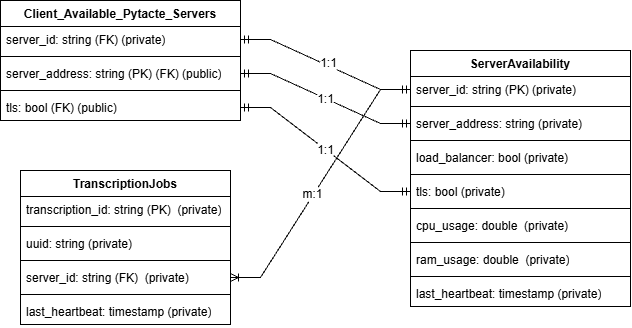
Above: Pytacte-py/data/Database_Schema.drawio.png in CSharpTeoMan911/Pytacte (draw.io), before the change. Source tidied: cells renumbered, new cells last; positions are measured from the earlier drawing's top-left corner, leaving out a move shared by most shapes.
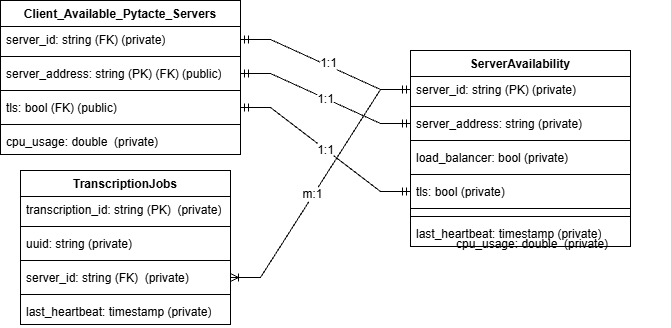
Later version of the same file.

The edit, as a diff of the source:
```diff
@@ -27,7 +27,7 @@
       <mxGeometry y="128" width="210" height="26" as="geometry" />
     </mxCell>
     <mxCell id="10" value="ServerAvailability" style="swimlane;fontStyle=1;align=center;verticalAlign=top;horizontal=1;startSize=26;whiteSpace=wrap;html=1;" parent="1" vertex="1">
-      <mxGeometry x="410" y="50" width="220" height="256" as="geometry" />
+      <mxGeometry x="410" y="50" width="220" height="196" as="geometry" />
     </mxCell>
     <mxCell id="11" value="server_id: string (PK) (private)" style="text;strokeColor=none;fillColor=none;align=left;verticalAlign=top;spacingLeft=4;spacingRight=4;overflow=hidden;points=[[0,0.5],[1,0.5]];portConstraint=eastwest;whiteSpace=wrap;html=1;" parent="10" vertex="1">
       <mxGeometry y="26" width="220" height="26" as="geometry" />
@@ -53,23 +53,14 @@
     <mxCell id="18" style="line;strokeWidth=1;fillColor=none;align=left;verticalAlign=middle;spacingTop=-1;spacingLeft=3;spacingRight=3;labelPosition=right;strokeColor=inherit;labelPerimeter=1;" parent="10" vertex="1">
       <mxGeometry y="154" width="220" height="8" as="geometry" />
     </mxCell>
-    <mxCell id="19" value="cpu_usage: double&amp;nbsp;&amp;nbsp;(private)" style="text;strokeColor=none;fillColor=none;align=left;verticalAlign=top;spacingLeft=4;spacingRight=4;overflow=hidden;whiteSpace=wrap;html=1;" parent="10" vertex="1">
-      <mxGeometry y="162" width="220" height="26" as="geometry" />
-    </mxCell>
     <mxCell id="20" style="line;strokeWidth=1;fillColor=none;align=left;verticalAlign=middle;spacingTop=-1;spacingLeft=3;spacingRight=3;labelPosition=right;strokeColor=inherit;labelPerimeter=1;" parent="10" vertex="1">
-      <mxGeometry y="188" width="220" height="8" as="geometry" />
+      <mxGeometry y="162" width="220" height="8" as="geometry" />
     </mxCell>
-    <mxCell id="21" value="ram_usage: double&amp;nbsp;&amp;nbsp;(private)" style="text;strokeColor=none;fillColor=none;align=left;verticalAlign=top;spacingLeft=4;spacingRight=4;overflow=hidden;whiteSpace=wrap;html=1;" parent="10" vertex="1">
-      <mxGeometry y="196" width="220" height="26" as="geometry" />
-    </mxCell>
-    <mxCell id="22" style="line;strokeWidth=1;fillColor=none;align=left;verticalAlign=middle;spacingTop=-1;spacingLeft=3;spacingRight=3;labelPosition=right;strokeColor=inherit;labelPerimeter=1;" parent="10" vertex="1">
-      <mxGeometry y="222" width="220" height="8" as="geometry" />
-    </mxCell>
     <mxCell id="23" value="last_heartbeat: timestamp (private)" style="text;strokeColor=none;fillColor=none;align=left;verticalAlign=top;spacingLeft=4;spacingRight=4;overflow=hidden;whiteSpace=wrap;html=1;" parent="10" vertex="1">
-      <mxGeometry y="230" width="220" height="26" as="geometry" />
+      <mxGeometry y="170" width="220" height="26" as="geometry" />
     </mxCell>
     <mxCell id="24" value="Client_Available_Pytacte_Servers" style="swimlane;fontStyle=1;align=center;verticalAlign=top;horizontal=1;startSize=26;whiteSpace=wrap;html=1;" parent="1" vertex="1">
-      <mxGeometry width="240" height="120" as="geometry" />
+      <mxGeometry width="240" height="154" as="geometry" />
     </mxCell>
     <mxCell id="25" value="server_id: string (FK) (private)" style="text;strokeColor=none;fillColor=none;align=left;verticalAlign=top;spacingLeft=4;spacingRight=4;overflow=hidden;points=[[0,0.5],[1,0.5]];portConstraint=eastwest;whiteSpace=wrap;html=1;" parent="24" vertex="1">
       <mxGeometry y="26" width="240" height="26" as="geometry" />
@@ -86,6 +77,12 @@
     <mxCell id="29" value="tls: bool (FK) (public)" style="text;strokeColor=none;fillColor=none;align=left;verticalAlign=top;spacingLeft=4;spacingRight=4;overflow=hidden;points=[[0,0.5],[1,0.5]];portConstraint=eastwest;whiteSpace=wrap;html=1;" parent="24" vertex="1">
       <mxGeometry y="94" width="240" height="26" as="geometry" />
     </mxCell>
+    <mxCell id="38" style="line;strokeWidth=1;fillColor=none;align=left;verticalAlign=middle;spacingTop=-1;spacingLeft=3;spacingRight=3;labelPosition=right;strokeColor=inherit;labelPerimeter=1;" parent="24" vertex="1">
+      <mxGeometry y="120" width="240" height="8" as="geometry" />
+    </mxCell>
+    <mxCell id="19" value="cpu_usage: double&amp;nbsp;&amp;nbsp;(private)" style="text;strokeColor=none;fillColor=none;align=left;verticalAlign=top;spacingLeft=4;spacingRight=4;overflow=hidden;whiteSpace=wrap;html=1;" parent="24" vertex="1">
+      <mxGeometry y="128" width="240" height="26" as="geometry" />
+    </mxCell>
     <mxCell id="30" style="edgeStyle=entityRelationEdgeStyle;fontSize=12;html=1;endArrow=ERoneToMany;rounded=0;defaultLabelBackgroundColor=page;exitX=0;exitY=0.5;exitDx=0;exitDy=0;entryX=1;entryY=0.5;entryDx=0;entryDy=0;" parent="1" edge="1" source="11" target="7">
       <mxGeometry relative="1" as="geometry" />
     </mxCell>
@@ -110,5 +107,8 @@
     <mxCell id="37" value="1:1" style="edgeLabel;html=1;align=center;verticalAlign=middle;inheritText=1;fontSize=12;defaultLabelBackgroundColor=page;" parent="36" vertex="1">
       <mxGeometry x="-0.01" y="-1" relative="1" as="geometry" />
     </mxCell>
+    <mxCell id="39" value="cpu_usage: double&amp;nbsp;&amp;nbsp;(private)" style="text;strokeColor=none;fillColor=none;align=left;verticalAlign=top;spacingLeft=4;spacingRight=4;overflow=hidden;whiteSpace=wrap;html=1;" parent="1" vertex="1">
+      <mxGeometry x="450" y="230" width="220" height="26" as="geometry" />
+    </mxCell>
   </root>
 </mxGraphModel>
```
